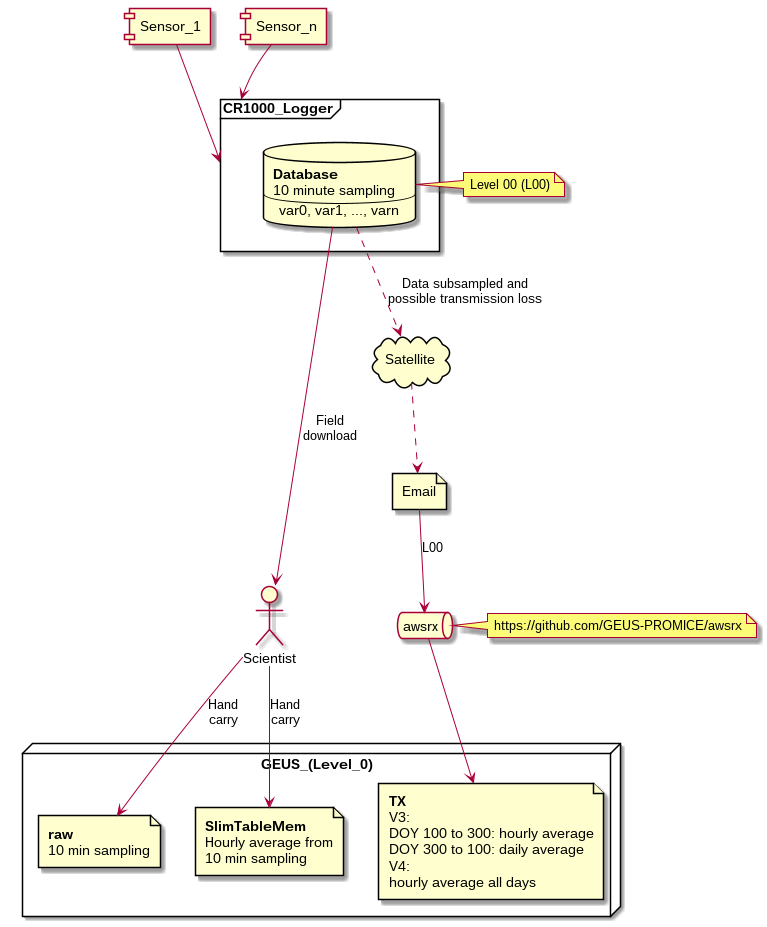
This is fig/L00_to_L0.png from GEUS-Glaciology-and-Climate/pypromice, a PlantUML export, as it was before one commit.
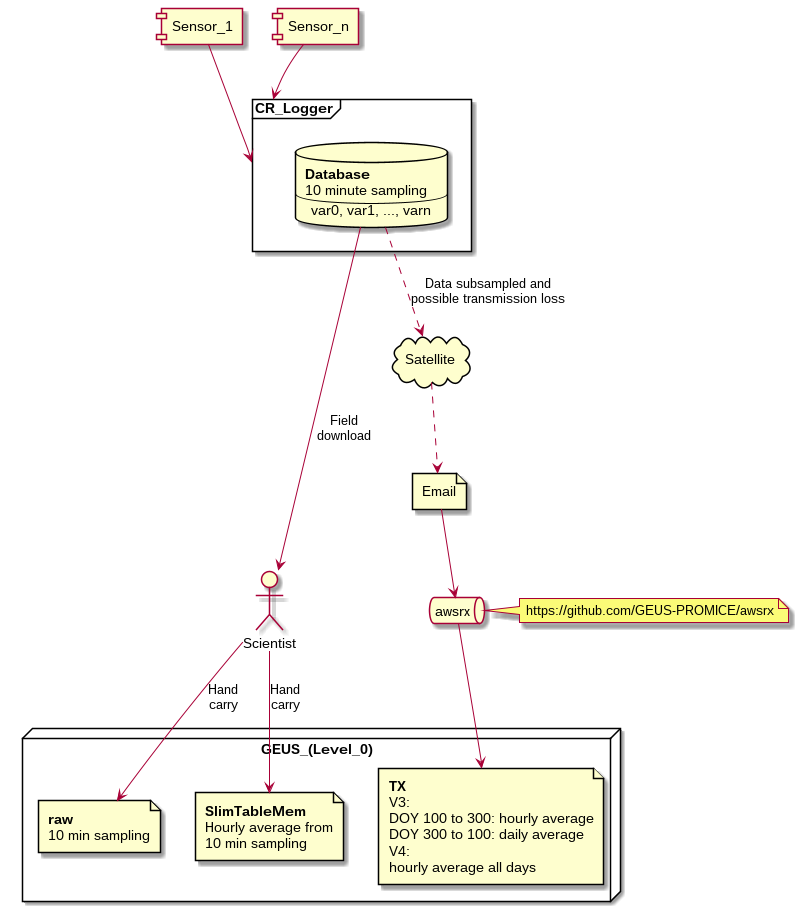
After the commit.

Change to the diagram source:
```diff
@@ -4,7 +4,7 @@
 component Sensor_1
 component Sensor_n
 
-frame CR1000_Logger {
+frame CR_Logger {
   database DB_logger [
   <b>Database</b>
   10 minute sampling
@@ -13,12 +13,8 @@
 ]
 }
 
-note right
-  Level 00 (L00)
-end note
-
-Sensor_1 --> CR1000_Logger
-Sensor_n --> CR1000_Logger
+Sensor_1 --> CR_Logger
+Sensor_n --> CR_Logger
 
 node GEUS_(Level_0) {
   file Raw [
@@ -56,7 +52,7 @@
 
 DB_logger -[dashed]-> Satellite : Data subsampled and\npossible transmission loss
 Satellite -[dashed]-> Email
-Email --> awsrx : L00
+Email --> awsrx
 awsrx --> TX
 
 @enduml
```
